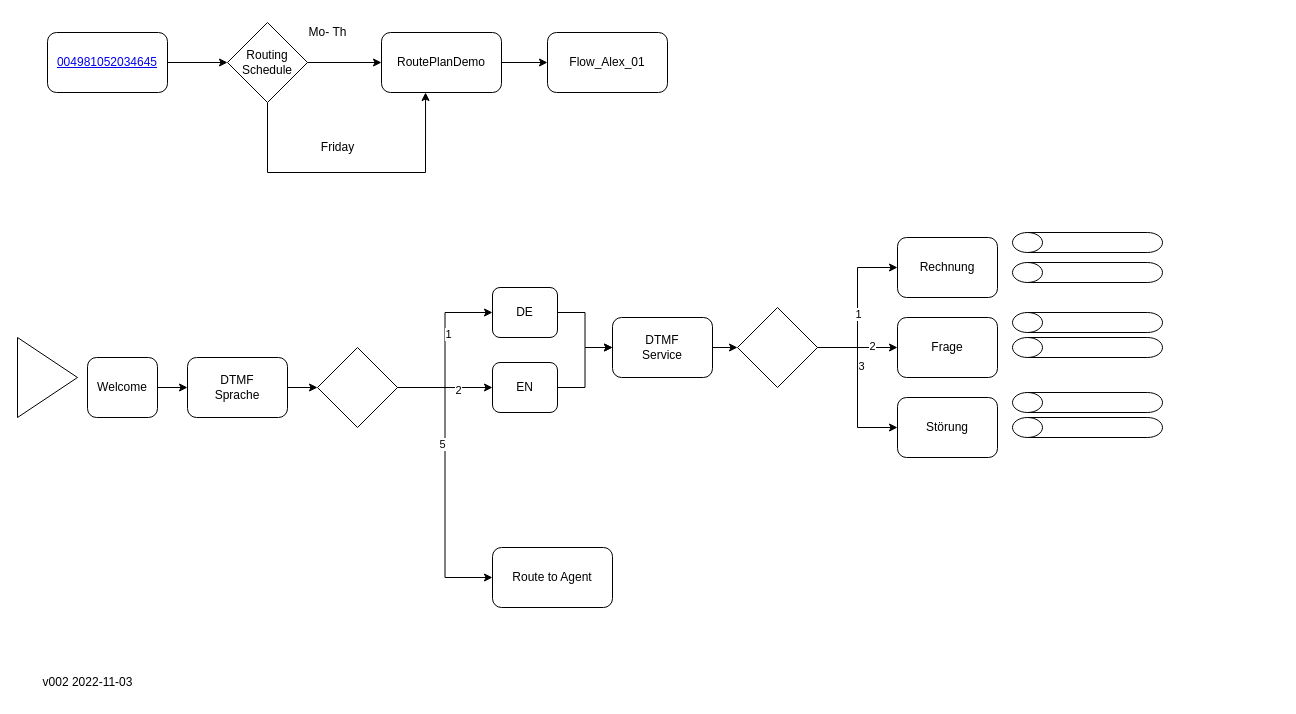
Earlier version of the draw.io diagram content_guru_demo.drawio.xml (abejaranoh/pandemonium). Source tidied: cells renumbered, new cells numbered last; positions are measured from the earlier drawing's top-left corner, leaving out a move shared by most shapes. Both pictures are drawn from the tidied source at 100%, with x=0, y=0 at pixel (17, 17).
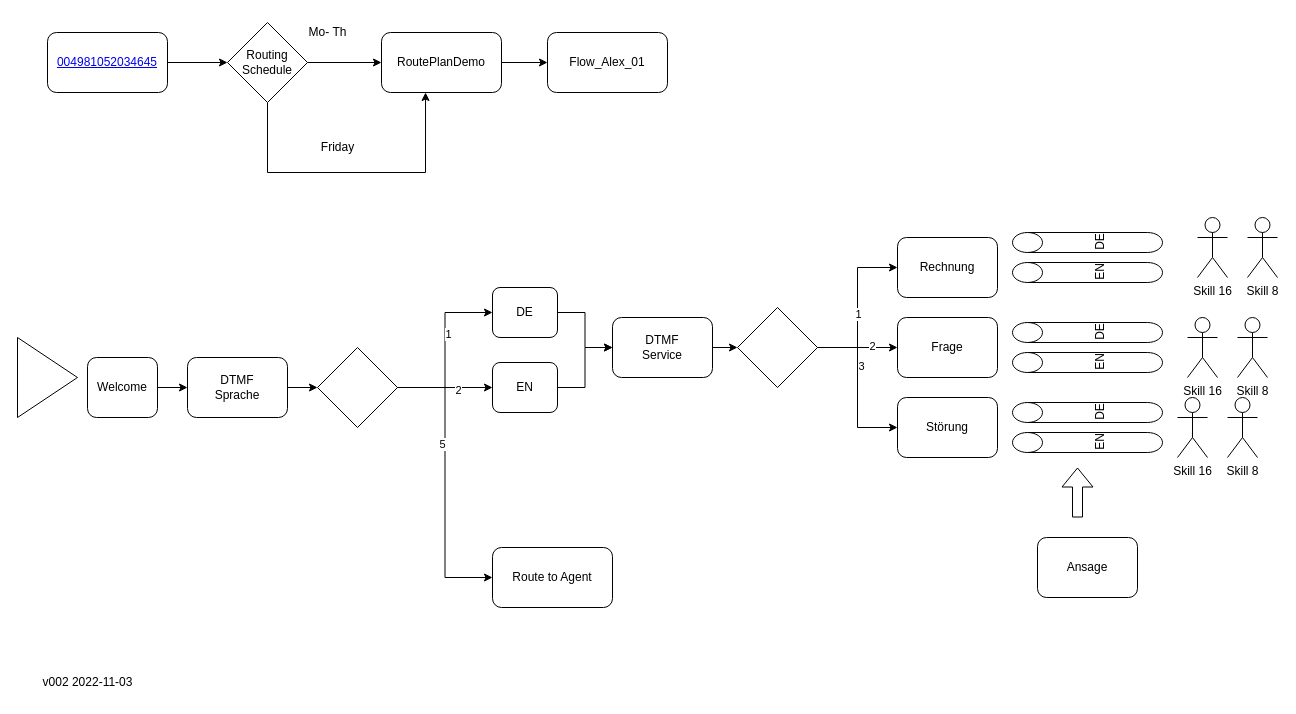
After the change.

What changed in the source:
```diff
@@
-    <mxCell id="42" style="shape=cylinder3;whiteSpace=wrap;html=1;boundedLbl=1;backgroundOutline=1;size=15;rotation=-90;" parent="1" vertex="1">
+    <mxCell id="42" value="DE" style="shape=cylinder3;whiteSpace=wrap;html=1;boundedLbl=1;backgroundOutline=1;size=15;rotation=-90;" parent="1" vertex="1">
       <mxGeometry x="1060" y="150" width="20" height="150" as="geometry" />
     </mxCell>
-    <mxCell id="43" style="shape=cylinder3;whiteSpace=wrap;html=1;boundedLbl=1;backgroundOutline=1;size=15;rotation=-90;" parent="1" vertex="1">
+    <mxCell id="43" value="EN" style="shape=cylinder3;whiteSpace=wrap;html=1;boundedLbl=1;backgroundOutline=1;size=15;rotation=-90;" parent="1" vertex="1">
       <mxGeometry x="1060" y="180" width="20" height="150" as="geometry" />
     </mxCell>
-    <mxCell id="44" style="shape=cylinder3;whiteSpace=wrap;html=1;boundedLbl=1;backgroundOutline=1;size=15;rotation=-90;" parent="1" vertex="1">
-      <mxGeometry x="1060" y="230" width="20" height="150" as="geometry" />
-    </mxCell>
-    <mxCell id="45" style="shape=cylinder3;whiteSpace=wrap;html=1;boundedLbl=1;backgroundOutline=1;size=15;rotation=-90;" parent="1" vertex="1">
-      <mxGeometry x="1060" y="255" width="20" height="150" as="geometry" />
-    </mxCell>
-    <mxCell id="46" style="shape=cylinder3;whiteSpace=wrap;html=1;boundedLbl=1;backgroundOutline=1;size=15;rotation=-90;" parent="1" vertex="1">
-      <mxGeometry x="1060" y="310" width="20" height="150" as="geometry" />
-    </mxCell>
-    <mxCell id="47" style="shape=cylinder3;whiteSpace=wrap;html=1;boundedLbl=1;backgroundOutline=1;size=15;rotation=-90;" parent="1" vertex="1">
-      <mxGeometry x="1060" y="335" width="20" height="150" as="geometry" />
-    </mxCell>
+    <mxCell id="48" value="DE" style="shape=cylinder3;whiteSpace=wrap;html=1;boundedLbl=1;backgroundOutline=1;size=15;rotation=-90;" parent="1" vertex="1">
+      <mxGeometry x="1060" y="240" width="20" height="150" as="geometry" />
+    </mxCell>
+    <mxCell id="49" value="EN" style="shape=cylinder3;whiteSpace=wrap;html=1;boundedLbl=1;backgroundOutline=1;size=15;rotation=-90;" parent="1" vertex="1">
+      <mxGeometry x="1060" y="270" width="20" height="150" as="geometry" />
+    </mxCell>
+    <mxCell id="50" value="DE" style="shape=cylinder3;whiteSpace=wrap;html=1;boundedLbl=1;backgroundOutline=1;size=15;rotation=-90;" parent="1" vertex="1">
+      <mxGeometry x="1060" y="320" width="20" height="150" as="geometry" />
+    </mxCell>
+    <mxCell id="51" value="EN" style="shape=cylinder3;whiteSpace=wrap;html=1;boundedLbl=1;backgroundOutline=1;size=15;rotation=-90;" parent="1" vertex="1">
+      <mxGeometry x="1060" y="350" width="20" height="150" as="geometry" />
+    </mxCell>
+    <mxCell id="52" value="&lt;div&gt;Skill 8&lt;br&gt;&lt;/div&gt;&lt;div&gt;&lt;br&gt;&lt;/div&gt;" style="shape=umlActor;verticalLabelPosition=bottom;verticalAlign=top;html=1;" parent="1" vertex="1">
+      <mxGeometry x="1230" y="200" width="30" height="60" as="geometry" />
+    </mxCell>
+    <mxCell id="53" value="&lt;div&gt;Skill 16&lt;br&gt;&lt;/div&gt;&lt;div&gt;&lt;br&gt;&lt;/div&gt;" style="shape=umlActor;verticalLabelPosition=bottom;verticalAlign=top;html=1;" parent="1" vertex="1">
+      <mxGeometry x="1180" y="200" width="30" height="60" as="geometry" />
+    </mxCell>
+    <mxCell id="54" value="&lt;div&gt;Skill 8&lt;br&gt;&lt;/div&gt;&lt;div&gt;&lt;br&gt;&lt;/div&gt;" style="shape=umlActor;verticalLabelPosition=bottom;verticalAlign=top;html=1;" parent="1" vertex="1">
+      <mxGeometry x="1220" y="300" width="30" height="60" as="geometry" />
+    </mxCell>
+    <mxCell id="55" value="&lt;div&gt;Skill 16&lt;br&gt;&lt;/div&gt;&lt;div&gt;&lt;br&gt;&lt;/div&gt;" style="shape=umlActor;verticalLabelPosition=bottom;verticalAlign=top;html=1;" parent="1" vertex="1">
+      <mxGeometry x="1170" y="300" width="30" height="60" as="geometry" />
+    </mxCell>
+    <mxCell id="56" value="&lt;div&gt;Skill 8&lt;br&gt;&lt;/div&gt;&lt;div&gt;&lt;br&gt;&lt;/div&gt;" style="shape=umlActor;verticalLabelPosition=bottom;verticalAlign=top;html=1;" parent="1" vertex="1">
+      <mxGeometry x="1210" y="380" width="30" height="60" as="geometry" />
+    </mxCell>
+    <mxCell id="57" value="&lt;div&gt;Skill 16&lt;br&gt;&lt;/div&gt;&lt;div&gt;&lt;br&gt;&lt;/div&gt;" style="shape=umlActor;verticalLabelPosition=bottom;verticalAlign=top;html=1;" parent="1" vertex="1">
+      <mxGeometry x="1160" y="380" width="30" height="60" as="geometry" />
+    </mxCell>
+    <mxCell id="58" value="Ansage" style="rounded=1;whiteSpace=wrap;html=1;" parent="1" vertex="1">
+      <mxGeometry x="1020" y="520" width="100" height="60" as="geometry" />
+    </mxCell>
+    <mxCell id="59" style="shape=flexArrow;endArrow=classic;html=1;rounded=0;" parent="1" edge="1">
+      <mxGeometry relative="1" as="geometry">
+        <mxPoint x="1060" y="500" as="sourcePoint" />
+        <mxPoint x="1060" y="450" as="targetPoint" />
+      </mxGeometry>
+    </mxCell>
```
